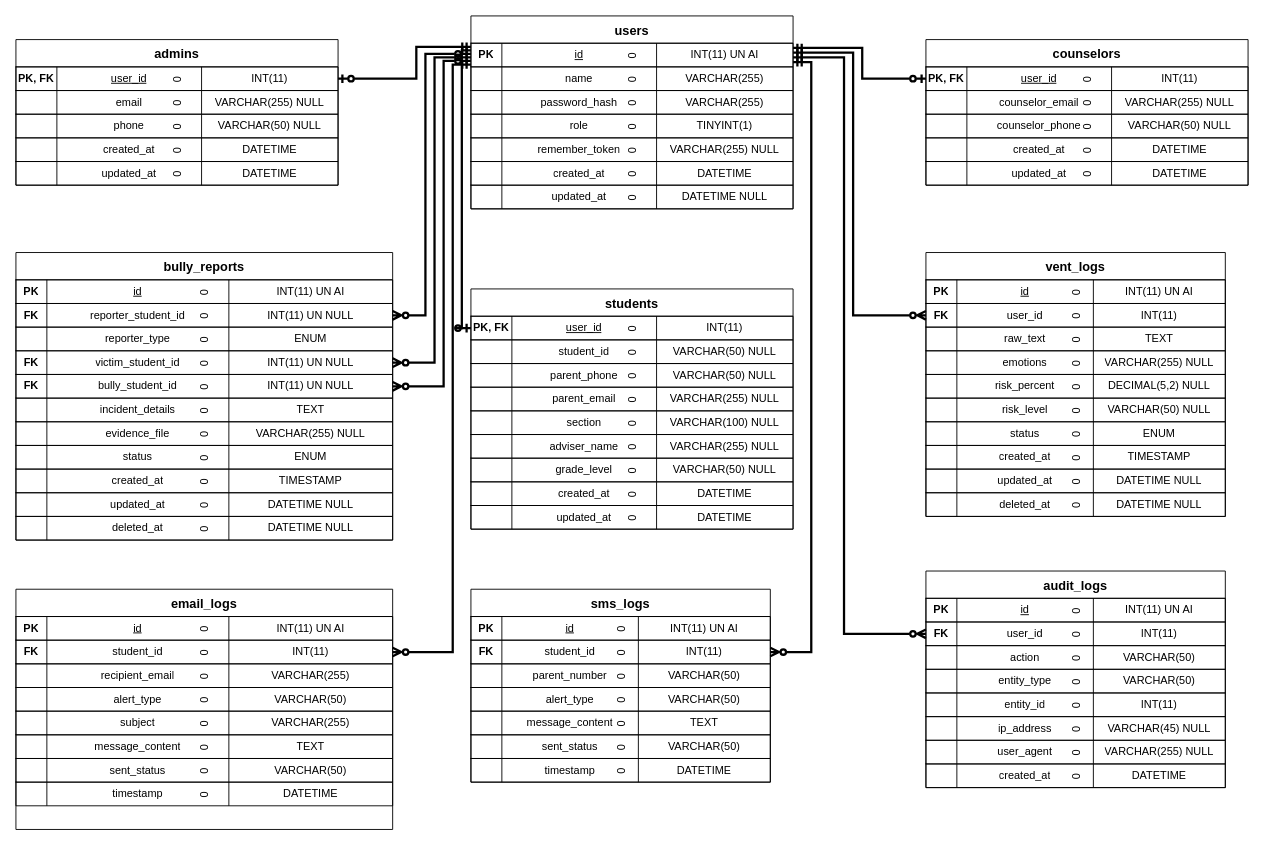
This is docs/erd_diagram.drawio from CrayCray3000/StudentShield-SoftwareEngineering, a draw.io file, before an edit. Source tidied: cells renumbered, new cells numbered last; positions are measured from the earlier drawing's top-left corner, leaving out a move shared by most shapes. Both pictures are drawn from the tidied source at 91%, with x=0, y=0 at pixel (15, 15).
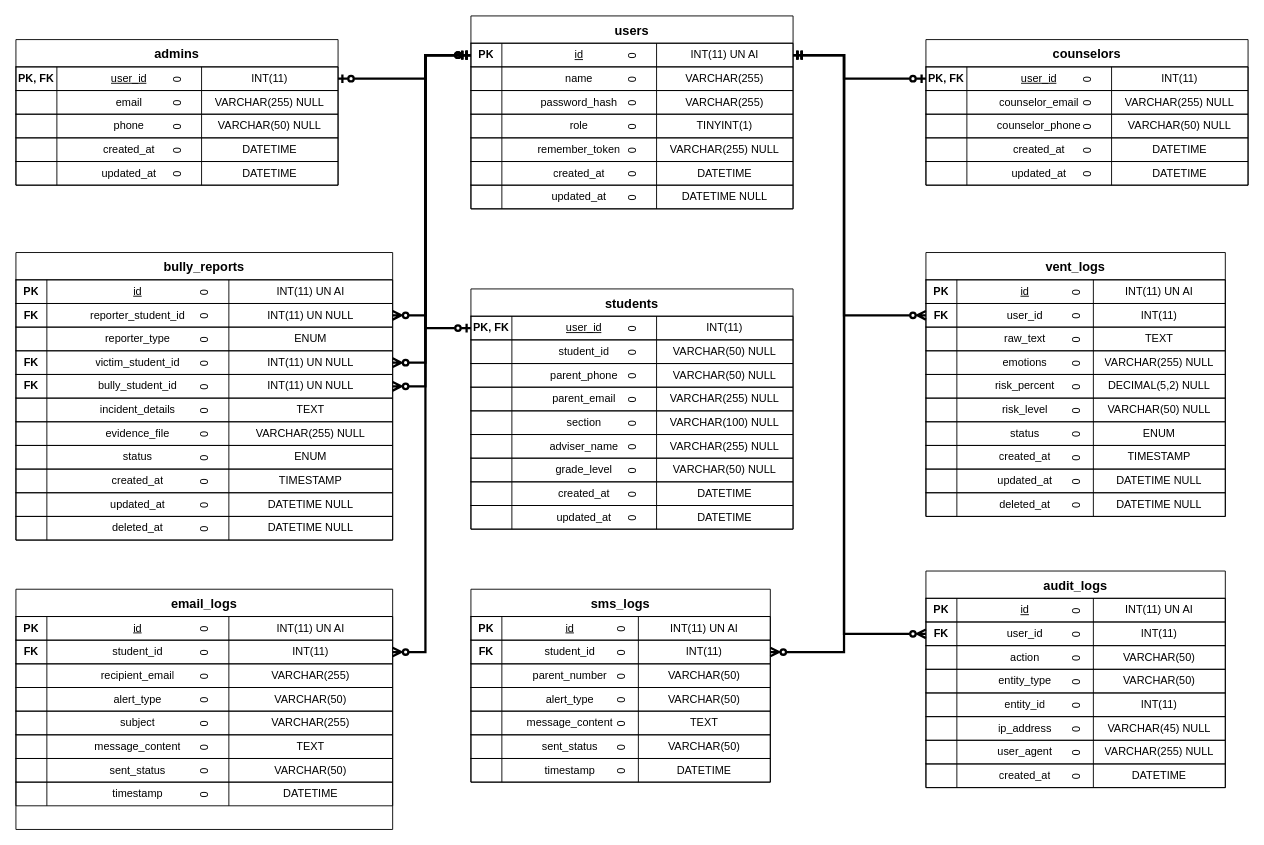
After the change.

Unchanged cells that the change refers to:
```xml
<mxCell id="3" value="0" style="shape=tableRow;horizontal=0;startSize=0;swimlaneHead=0;swimlaneBody=0;fillColor=none;points=[[0,0.5],[1,0.5]];portConstraint=eastwest;fontSize=12;strokeColor=inherit;" parent="2" vertex="1">
  <mxGeometry y="30" width="354" height="26" as="geometry" />
</mxCell>
<mxCell id="32" value="0" style="shape=tableRow;horizontal=0;startSize=0;swimlaneHead=0;swimlaneBody=0;fillColor=none;points=[[0,0.5],[1,0.5]];portConstraint=eastwest;fontSize=12;strokeColor=inherit;" parent="31" vertex="1">
  <mxGeometry y="30" width="354" height="26" as="geometry" />
</mxCell>
<mxCell id="69" value="0" style="shape=tableRow;horizontal=0;startSize=0;swimlaneHead=0;swimlaneBody=0;fillColor=none;points=[[0,0.5],[1,0.5]];portConstraint=eastwest;fontSize=12;strokeColor=inherit;" parent="68" vertex="1">
  <mxGeometry y="30" width="354" height="26" as="geometry" />
</mxCell>
<mxCell id="90" value="0" style="shape=tableRow;horizontal=0;startSize=0;swimlaneHead=0;swimlaneBody=0;fillColor=none;points=[[0,0.5],[1,0.5]];portConstraint=eastwest;fontSize=12;strokeColor=inherit;" parent="89" vertex="1">
  <mxGeometry y="30" width="354" height="26" as="geometry" />
</mxCell>
<mxCell id="115" value="0" style="shape=tableRow;horizontal=0;startSize=0;swimlaneHead=0;swimlaneBody=0;fillColor=none;points=[[0,0.5],[1,0.5]];portConstraint=eastwest;fontSize=12;strokeColor=inherit;" parent="110" vertex="1">
  <mxGeometry y="56" width="329" height="26" as="geometry" />
</mxCell>
<mxCell id="156" value="0" style="shape=tableRow;horizontal=0;startSize=0;swimlaneHead=0;swimlaneBody=0;fillColor=none;points=[[0,0.5],[1,0.5]];portConstraint=eastwest;fontSize=12;strokeColor=inherit;" parent="151" vertex="1">
  <mxGeometry y="56" width="329" height="26" as="geometry" />
</mxCell>
<mxCell id="189" value="0" style="shape=tableRow;horizontal=0;startSize=0;swimlaneHead=0;swimlaneBody=0;fillColor=none;points=[[0,0.5],[1,0.5]];portConstraint=eastwest;fontSize=12;strokeColor=inherit;" parent="184" vertex="1">
  <mxGeometry y="56" width="329" height="26" as="geometry" />
</mxCell>
<mxCell id="218" value="0" style="shape=tableRow;horizontal=0;startSize=0;swimlaneHead=0;swimlaneBody=0;fillColor=none;points=[[0,0.5],[1,0.5]];portConstraint=eastwest;fontSize=12;strokeColor=inherit;" parent="213" vertex="1">
  <mxGeometry y="56" width="414" height="26" as="geometry" />
</mxCell>
<mxCell id="226" value="0" style="shape=tableRow;horizontal=0;startSize=0;swimlaneHead=0;swimlaneBody=0;fillColor=none;points=[[0,0.5],[1,0.5]];portConstraint=eastwest;fontSize=12;strokeColor=inherit;" parent="213" vertex="1">
  <mxGeometry y="108" width="414" height="26" as="geometry" />
</mxCell>
<mxCell id="230" value="0" style="shape=tableRow;horizontal=0;startSize=0;swimlaneHead=0;swimlaneBody=0;fillColor=none;points=[[0,0.5],[1,0.5]];portConstraint=eastwest;fontSize=12;strokeColor=inherit;" parent="213" vertex="1">
  <mxGeometry y="134" width="414" height="26" as="geometry" />
</mxCell>
<mxCell id="263" value="0" style="shape=tableRow;horizontal=0;startSize=0;swimlaneHead=0;swimlaneBody=0;fillColor=none;points=[[0,0.5],[1,0.5]];portConstraint=eastwest;fontSize=12;strokeColor=inherit;" parent="258" vertex="1">
  <mxGeometry y="56" width="414" height="26" as="geometry" />
</mxCell>
```

What changed in the source:
```diff
@@
-    <mxCell id="291" style="edgeStyle=orthogonalEdgeStyle;rounded=0;jettySize=auto;html=1;endArrow=ERzeroToOne;endFill=0;startArrow=ERmandOne;startFill=0;strokeColor=#000000;strokeWidth=2.5;exitX=0;exitY=0.3;exitDx=0;exitDy=0;exitPerimeter=0;entryX=0;entryY=0.5;entryDx=0;entryDy=0;entryPerimeter=0;" parent="1" edge="1" source="3" target="32">
+    <mxCell id="291" style="edgeStyle=orthogonalEdgeStyle;rounded=0;jettySize=auto;html=1;endArrow=ERzeroToOne;endFill=0;startArrow=ERmandOne;startFill=0;strokeColor=#000000;strokeWidth=2.5;exitX=0;exitY=0.5;exitDx=0;exitDy=0;exitPerimeter=0;entryX=0;entryY=0.5;entryDx=0;entryDy=0;entryPerimeter=0;" parent="1" edge="1" source="3" target="32">
       <mxGeometry relative="1" as="geometry">
         <Array as="points">
-          <mxPoint x="490" y="38" />
-          <mxPoint x="490" y="343" />
+          <mxPoint x="450" y="43" />
+          <mxPoint x="450" y="343" />
         </Array>
       </mxGeometry>
     </mxCell>
-    <mxCell id="292" style="edgeStyle=orthogonalEdgeStyle;rounded=0;jettySize=auto;html=1;endArrow=ERzeroToOne;endFill=0;startArrow=ERmandOne;startFill=0;strokeColor=#000000;strokeWidth=2.5;exitX=1;exitY=0.2;exitDx=0;exitDy=0;exitPerimeter=0;entryX=0;entryY=0.5;entryDx=0;entryDy=0;entryPerimeter=0;" parent="1" edge="1" source="3" target="69">
+    <mxCell id="292" style="edgeStyle=orthogonalEdgeStyle;rounded=0;jettySize=auto;html=1;endArrow=ERzeroToOne;endFill=0;startArrow=ERmandOne;startFill=0;strokeColor=#000000;strokeWidth=2.5;exitX=1;exitY=0.5;exitDx=0;exitDy=0;exitPerimeter=0;entryX=0;entryY=0.5;entryDx=0;entryDy=0;entryPerimeter=0;" parent="1" edge="1" source="3" target="69">
       <mxGeometry relative="1" as="geometry">
         <Array as="points">
-          <mxPoint x="930" y="35" />
-          <mxPoint x="930" y="69" />
+          <mxPoint x="910" y="43" />
+          <mxPoint x="910" y="69" />
         </Array>
       </mxGeometry>
     </mxCell>
-    <mxCell id="293" style="edgeStyle=orthogonalEdgeStyle;rounded=0;jettySize=auto;html=1;endArrow=ERzeroToOne;endFill=0;startArrow=ERmandOne;startFill=0;strokeColor=#000000;strokeWidth=2.5;exitX=0;exitY=0.15;exitDx=0;exitDy=0;exitPerimeter=0;entryX=1;entryY=0.5;entryDx=0;entryDy=0;entryPerimeter=0;" parent="1" edge="1" source="3" target="90">
+    <mxCell id="293" style="edgeStyle=orthogonalEdgeStyle;rounded=0;jettySize=auto;html=1;endArrow=ERzeroToOne;endFill=0;startArrow=ERmandOne;startFill=0;strokeColor=#000000;strokeWidth=2.5;exitX=0;exitY=0.5;exitDx=0;exitDy=0;exitPerimeter=0;entryX=1;entryY=0.5;entryDx=0;entryDy=0;entryPerimeter=0;" parent="1" edge="1" source="3" target="90">
       <mxGeometry relative="1" as="geometry">
         <Array as="points">
-          <mxPoint x="440" y="34" />
-          <mxPoint x="440" y="69" />
+          <mxPoint x="450" y="43" />
+          <mxPoint x="450" y="69" />
         </Array>
       </mxGeometry>
     </mxCell>
-    <mxCell id="294" style="edgeStyle=orthogonalEdgeStyle;rounded=0;jettySize=auto;html=1;endArrow=ERzeroToMany;endFill=0;startArrow=ERmandOne;startFill=0;strokeColor=#000000;strokeWidth=2.5;exitX=1;exitY=0.4;exitDx=0;exitDy=0;exitPerimeter=0;entryX=0;entryY=0.5;entryDx=0;entryDy=0;entryPerimeter=0;" parent="1" edge="1" source="3" target="115">
+    <mxCell id="294" style="edgeStyle=orthogonalEdgeStyle;rounded=0;jettySize=auto;html=1;endArrow=ERzeroToMany;endFill=0;startArrow=ERmandOne;startFill=0;strokeColor=#000000;strokeWidth=2.5;exitX=1;exitY=0.5;exitDx=0;exitDy=0;exitPerimeter=0;entryX=0;entryY=0.5;entryDx=0;entryDy=0;entryPerimeter=0;" parent="1" edge="1" source="3" target="115">
       <mxGeometry relative="1" as="geometry">
         <Array as="points">
-          <mxPoint x="920" y="40" />
-          <mxPoint x="920" y="329" />
+          <mxPoint x="910" y="43" />
+          <mxPoint x="910" y="329" />
         </Array>
       </mxGeometry>
     </mxCell>
-    <mxCell id="295" style="edgeStyle=orthogonalEdgeStyle;rounded=0;jettySize=auto;html=1;endArrow=ERzeroToMany;endFill=0;startArrow=ERmandOne;startFill=0;strokeColor=#000000;strokeWidth=2.5;exitX=1;exitY=0.6;exitDx=0;exitDy=0;exitPerimeter=0;entryX=0;entryY=0.5;entryDx=0;entryDy=0;entryPerimeter=0;" parent="1" edge="1" source="3" target="156">
+    <mxCell id="295" style="edgeStyle=orthogonalEdgeStyle;rounded=0;jettySize=auto;html=1;endArrow=ERzeroToMany;endFill=0;startArrow=ERmandOne;startFill=0;strokeColor=#000000;strokeWidth=2.5;exitX=1;exitY=0.5;exitDx=0;exitDy=0;exitPerimeter=0;entryX=0;entryY=0.5;entryDx=0;entryDy=0;entryPerimeter=0;" parent="1" edge="1" source="3" target="156">
       <mxGeometry relative="1" as="geometry">
         <Array as="points">
-          <mxPoint x="910" y="45" />
+          <mxPoint x="910" y="43" />
           <mxPoint x="910" y="679" />
         </Array>
       </mxGeometry>
     </mxCell>
-    <mxCell id="296" style="edgeStyle=orthogonalEdgeStyle;rounded=0;jettySize=auto;html=1;endArrow=ERzeroToMany;endFill=0;startArrow=ERmandOne;startFill=0;strokeColor=#000000;strokeWidth=2.5;exitX=1;exitY=0.8;exitDx=0;exitDy=0;exitPerimeter=0;entryX=1;entryY=0.5;entryDx=0;entryDy=0;entryPerimeter=0;" parent="1" edge="1" source="3" target="189">
+    <mxCell id="296" style="edgeStyle=orthogonalEdgeStyle;rounded=0;jettySize=auto;html=1;endArrow=ERzeroToMany;endFill=0;startArrow=ERmandOne;startFill=0;strokeColor=#000000;strokeWidth=2.5;exitX=1;exitY=0.5;exitDx=0;exitDy=0;exitPerimeter=0;entryX=1;entryY=0.5;entryDx=0;entryDy=0;entryPerimeter=0;" parent="1" edge="1" source="3" target="189">
       <mxGeometry relative="1" as="geometry">
         <Array as="points">
-          <mxPoint x="874" y="51" />
-          <mxPoint x="874" y="699" />
+          <mxPoint x="910" y="43" />
+          <mxPoint x="910" y="699" />
         </Array>
       </mxGeometry>
     </mxCell>
-    <mxCell id="297" style="edgeStyle=orthogonalEdgeStyle;rounded=0;jettySize=auto;html=1;endArrow=ERzeroToMany;endFill=0;startArrow=ERzeroToOne;startFill=0;strokeColor=#000000;strokeWidth=2.5;exitX=0;exitY=0.45;exitDx=0;exitDy=0;exitPerimeter=0;entryX=1;entryY=0.5;entryDx=0;entryDy=0;entryPerimeter=0;" parent="1" edge="1" source="3" target="218">
+    <mxCell id="297" style="edgeStyle=orthogonalEdgeStyle;rounded=0;jettySize=auto;html=1;endArrow=ERzeroToMany;endFill=0;startArrow=ERzeroToOne;startFill=0;strokeColor=#000000;strokeWidth=2.5;exitX=0;exitY=0.5;exitDx=0;exitDy=0;exitPerimeter=0;entryX=1;entryY=0.5;entryDx=0;entryDy=0;entryPerimeter=0;" parent="1" edge="1" source="3" target="218">
       <mxGeometry relative="1" as="geometry">
         <Array as="points">
-          <mxPoint x="450" y="42" />
+          <mxPoint x="450" y="43" />
           <mxPoint x="450" y="329" />
         </Array>
       </mxGeometry>
     </mxCell>
-    <mxCell id="298" style="edgeStyle=orthogonalEdgeStyle;rounded=0;jettySize=auto;html=1;endArrow=ERzeroToMany;endFill=0;startArrow=ERzeroToOne;startFill=0;strokeColor=#000000;strokeWidth=2.5;exitX=0;exitY=0.6;exitDx=0;exitDy=0;exitPerimeter=0;entryX=1;entryY=0.5;entryDx=0;entryDy=0;entryPerimeter=0;" parent="1" edge="1" source="3" target="226">
+    <mxCell id="298" style="edgeStyle=orthogonalEdgeStyle;rounded=0;jettySize=auto;html=1;endArrow=ERzeroToMany;endFill=0;startArrow=ERzeroToOne;startFill=0;strokeColor=#000000;strokeWidth=2.5;exitX=0;exitY=0.5;exitDx=0;exitDy=0;exitPerimeter=0;entryX=1;entryY=0.5;entryDx=0;entryDy=0;entryPerimeter=0;" parent="1" edge="1" source="3" target="226">
       <mxGeometry relative="1" as="geometry">
         <Array as="points">
-          <mxPoint x="460" y="46" />
-          <mxPoint x="460" y="381" />
+          <mxPoint x="450" y="43" />
+          <mxPoint x="450" y="381" />
         </Array>
       </mxGeometry>
     </mxCell>
-    <mxCell id="299" style="edgeStyle=orthogonalEdgeStyle;rounded=0;jettySize=auto;html=1;endArrow=ERzeroToMany;endFill=0;startArrow=ERzeroToOne;startFill=0;strokeColor=#000000;strokeWidth=2.5;exitX=0;exitY=0.75;exitDx=0;exitDy=0;exitPerimeter=0;entryX=1;entryY=0.5;entryDx=0;entryDy=0;entryPerimeter=0;" parent="1" edge="1" source="3" target="230">
+    <mxCell id="299" style="edgeStyle=orthogonalEdgeStyle;rounded=0;jettySize=auto;html=1;endArrow=ERzeroToMany;endFill=0;startArrow=ERzeroToOne;startFill=0;strokeColor=#000000;strokeWidth=2.5;exitX=0;exitY=0.5;exitDx=0;exitDy=0;exitPerimeter=0;entryX=1;entryY=0.5;entryDx=0;entryDy=0;entryPerimeter=0;" parent="1" edge="1" source="3" target="230">
       <mxGeometry relative="1" as="geometry">
         <Array as="points">
-          <mxPoint x="470" y="50" />
-          <mxPoint x="470" y="407" />
+          <mxPoint x="450" y="43" />
+          <mxPoint x="450" y="407" />
         </Array>
       </mxGeometry>
     </mxCell>
-    <mxCell id="300" style="edgeStyle=orthogonalEdgeStyle;rounded=0;jettySize=auto;html=1;endArrow=ERzeroToMany;endFill=0;startArrow=ERmandOne;startFill=0;strokeColor=#000000;strokeWidth=2.5;exitX=0;exitY=0.9;exitDx=0;exitDy=0;exitPerimeter=0;entryX=1;entryY=0.5;entryDx=0;entryDy=0;entryPerimeter=0;" parent="1" edge="1" source="3" target="263">
+    <mxCell id="300" style="edgeStyle=orthogonalEdgeStyle;rounded=0;jettySize=auto;html=1;endArrow=ERzeroToMany;endFill=0;startArrow=ERmandOne;startFill=0;strokeColor=#000000;strokeWidth=2.5;exitX=0;exitY=0.5;exitDx=0;exitDy=0;exitPerimeter=0;entryX=1;entryY=0.5;entryDx=0;entryDy=0;entryPerimeter=0;" parent="1" edge="1" source="3" target="263">
       <mxGeometry relative="1" as="geometry">
         <Array as="points">
-          <mxPoint x="480" y="54" />
-          <mxPoint x="480" y="699" />
+          <mxPoint x="450" y="43" />
+          <mxPoint x="450" y="699" />
         </Array>
       </mxGeometry>
     </mxCell>
```
